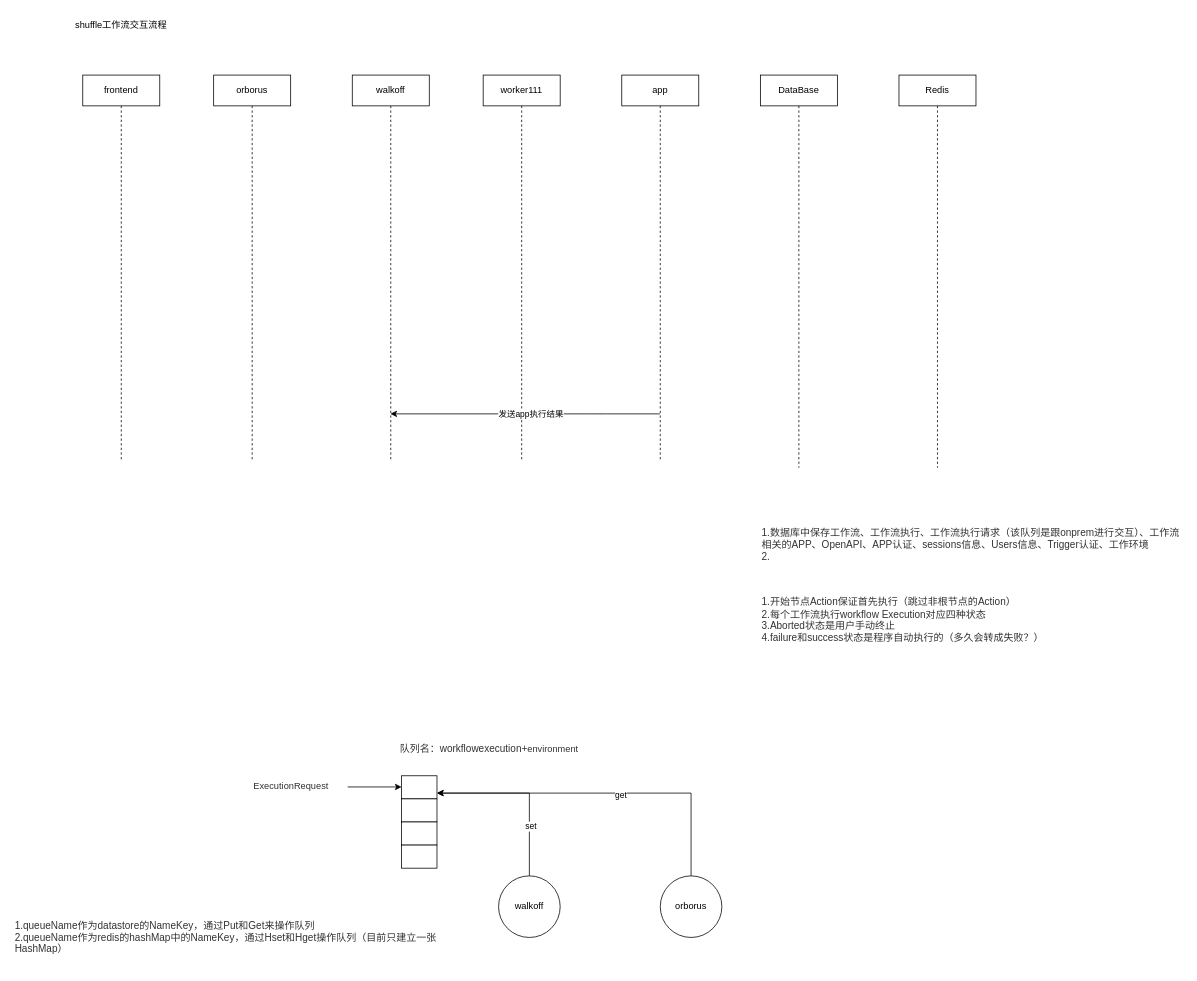
Before: page "工作流时序图" (1 of 2) of walkflow.drawio in lzhz2012/drawio, a draw.io diagram. Source tidied: cells renumbered, new cells numbered last; positions are measured from the earlier drawing's top-left corner, leaving out a move shared by most shapes. Both pictures are drawn from the tidied source at 77%, with x=0, y=0 at pixel (13, 13).
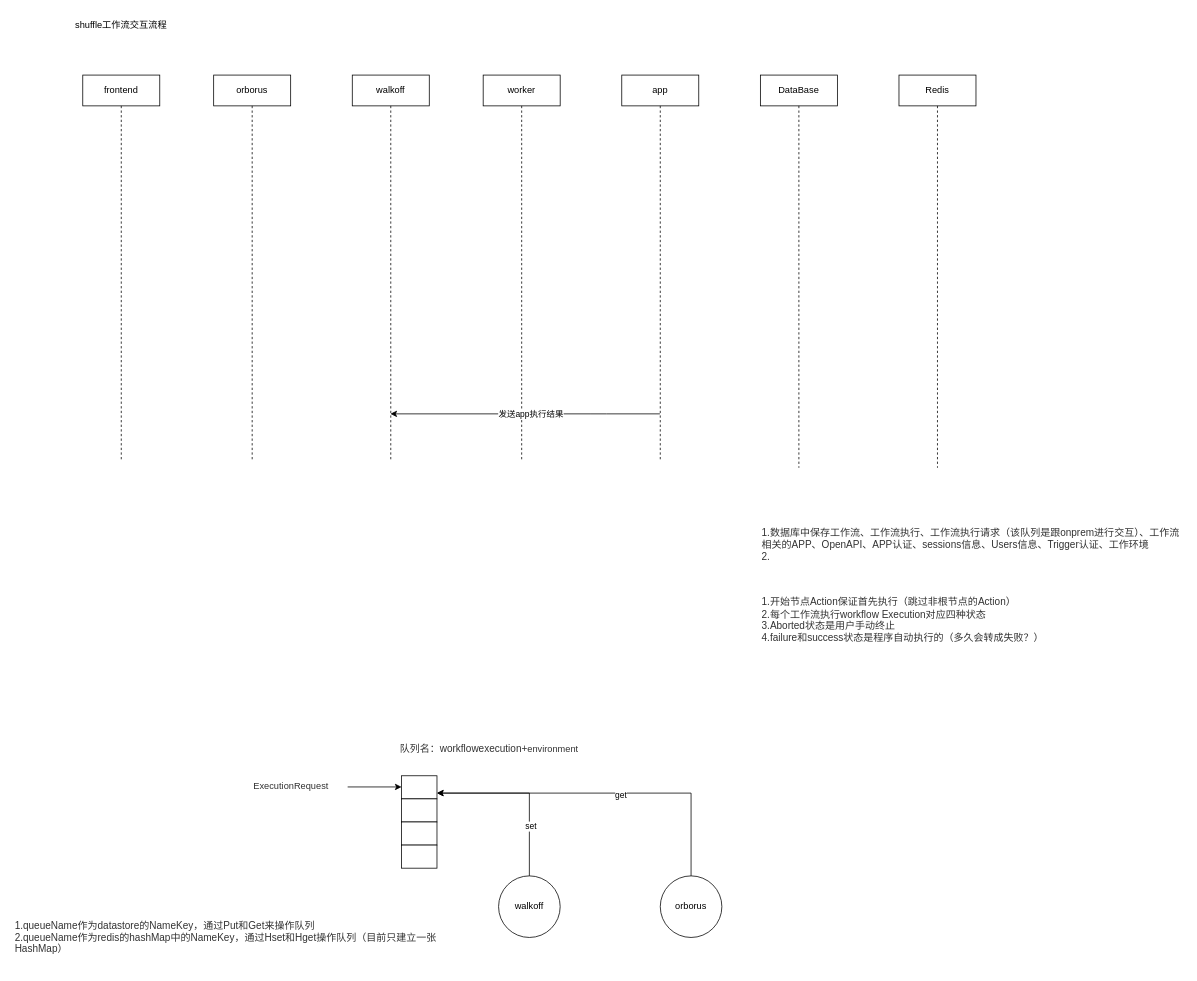
The same diagram, later.

Diff of the diagram source:
```diff
@@
-    <mxCell id="4" value="worker111" style="shape=umlLifeline;perimeter=lifelinePerimeter;whiteSpace=wrap;html=1;" parent="1" vertex="1">
+    <mxCell id="4" value="worker" style="shape=umlLifeline;perimeter=lifelinePerimeter;whiteSpace=wrap;html=1;" parent="1" vertex="1">
       <mxGeometry x="610" y="80" width="100" height="500" as="geometry" />
     </mxCell>
```
